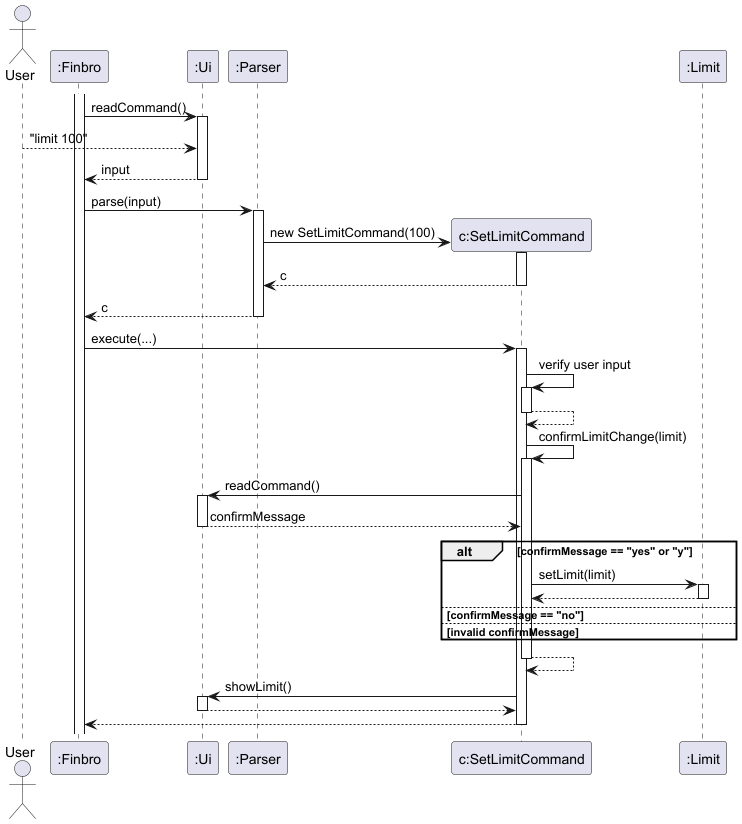
Before: docs/UML_diagrams/images/SetLimit.png, a diagram exported from PlantUML (zihaoalt/tp).
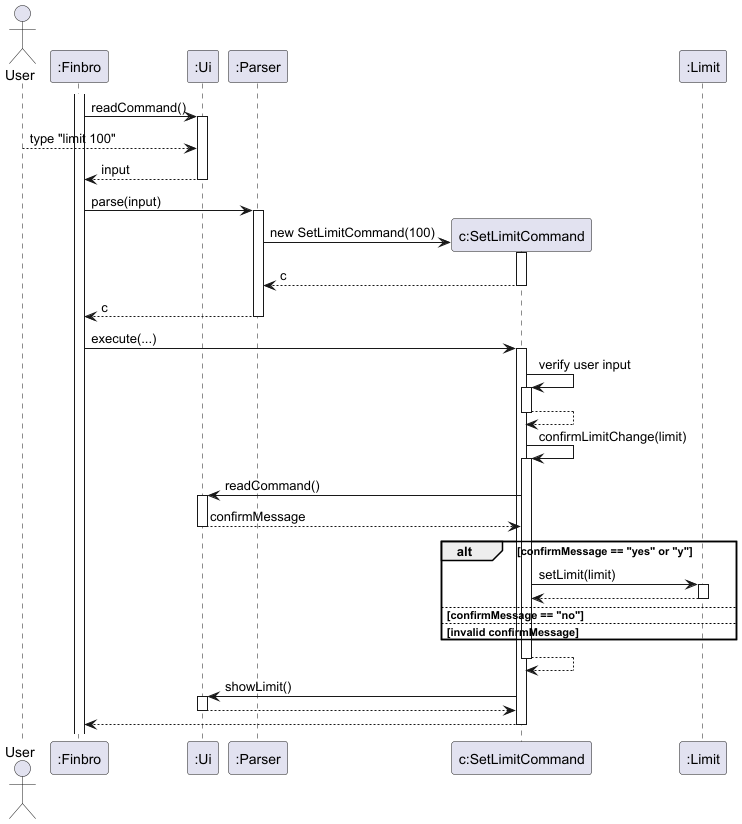
After the change.

The edit, as a diff of the source:
```diff
@@ -7,7 +7,7 @@
 
 activate finbro
 finbro -> ui++: readCommand()
-User --> ui: "limit 100"
+User --> ui: type "limit 100"
 return input
 
 finbro -> parser++: parse(input)
```
